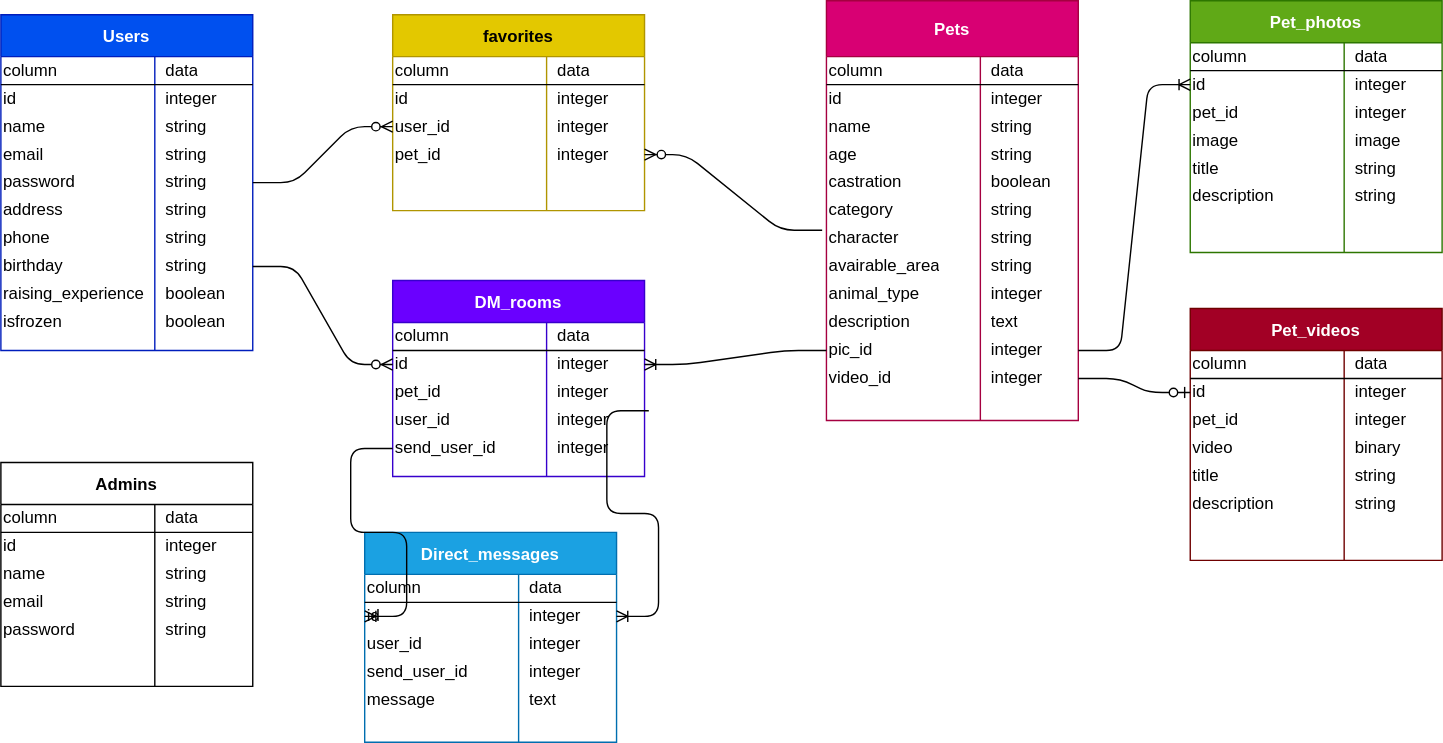
The draw.io diagram rubyemon.drawio.svg in yosnak13/rubyemon_entity_relationship_diagram, before a commit. Source tidied: cells renumbered, new cells last; positions are measured from the earlier drawing's top-left corner, leaving out a move shared by most shapes.
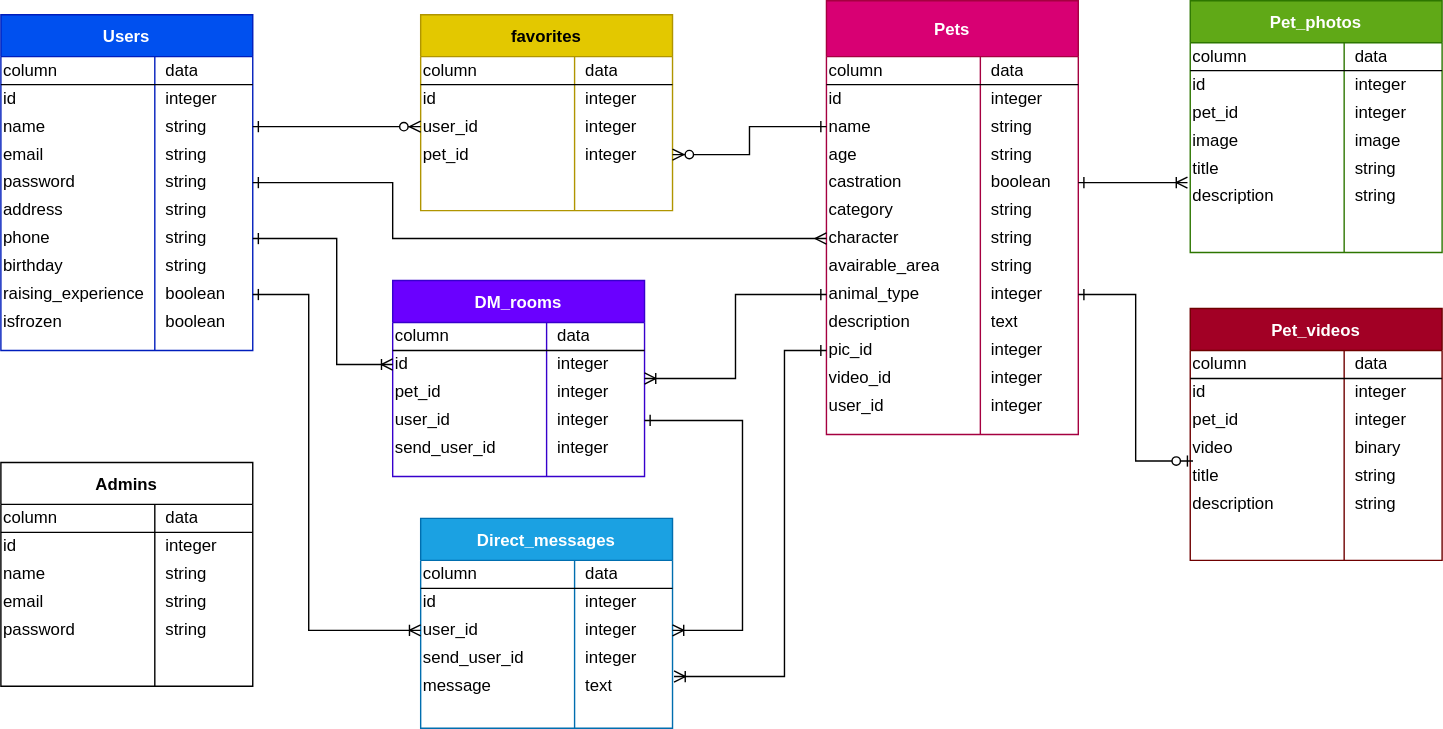
The same diagram one commit later.

Commit message:
リレーション記号の最適化

Change to the diagram source:
```diff
@@ -96,7 +96,7 @@
       <mxGeometry x="110" width="70" height="20" as="geometry" />
     </mxCell>
     <mxCell id="33" value="Pets" style="shape=table;startSize=40;rowLines=0;fontStyle=1;align=center;labelBorderColor=none;labelBackgroundColor=none;fillColor=#d80073;strokeColor=#A50040;fontColor=#ffffff;shadow=0;" parent="1" vertex="1">
-      <mxGeometry x="590" width="180" height="300" as="geometry" />
+      <mxGeometry x="590" width="180" height="310" as="geometry" />
     </mxCell>
     <mxCell id="34" style="shape=partialRectangle;html=1;whiteSpace=wrap;fillColor=none;top=0;left=0;bottom=1;right=0;" parent="33" vertex="1">
       <mxGeometry y="40" width="180" height="20" as="geometry" />
@@ -206,8 +206,17 @@
     <mxCell id="69" value="integer" style="shape=partialRectangle;html=1;whiteSpace=wrap;fillColor=none;top=0;left=0;bottom=0;right=0;align=left;spacingLeft=6;overflow=hidden;" parent="67" vertex="1">
       <mxGeometry x="110" width="70" height="20" as="geometry" />
     </mxCell>
+    <mxCell id="180" style="shape=partialRectangle;html=1;whiteSpace=wrap;fillColor=none;top=0;left=0;bottom=0;right=0;" parent="33" vertex="1">
+      <mxGeometry y="280" width="180" height="20" as="geometry" />
+    </mxCell>
+    <mxCell id="181" value="user_id" style="shape=partialRectangle;html=1;whiteSpace=wrap;fillColor=none;top=0;left=0;bottom=0;right=0;overflow=hidden;align=left;" parent="180" vertex="1">
+      <mxGeometry width="110" height="20" as="geometry" />
+    </mxCell>
+    <mxCell id="182" value="integer" style="shape=partialRectangle;html=1;whiteSpace=wrap;fillColor=none;top=0;left=0;bottom=0;right=0;align=left;spacingLeft=6;overflow=hidden;" parent="180" vertex="1">
+      <mxGeometry x="110" width="70" height="20" as="geometry" />
+    </mxCell>
     <mxCell id="70" value="favorites" style="shape=table;startSize=30;rowLines=0;fontStyle=1;align=center;labelBorderColor=none;labelBackgroundColor=none;fillColor=#e3c800;strokeColor=#B09500;fontColor=#000000;" parent="1" vertex="1">
-      <mxGeometry x="280" y="10" width="180" height="140" as="geometry" />
+      <mxGeometry x="300" y="10" width="180" height="140" as="geometry" />
     </mxCell>
     <mxCell id="71" style="shape=partialRectangle;html=1;whiteSpace=wrap;fillColor=none;top=0;left=0;bottom=1;right=0;" parent="70" vertex="1">
       <mxGeometry y="30" width="180" height="20" as="geometry" />
@@ -245,12 +254,6 @@
     <mxCell id="82" value="integer" style="shape=partialRectangle;html=1;whiteSpace=wrap;fillColor=none;top=0;left=0;bottom=0;right=0;align=left;spacingLeft=6;overflow=hidden;" parent="80" vertex="1">
       <mxGeometry x="110" width="70" height="20" as="geometry" />
     </mxCell>
-    <mxCell id="83" style="edgeStyle=entityRelationEdgeStyle;fontSize=12;html=1;endArrow=ERzeroToMany;endFill=1;entryX=0;entryY=0.5;entryDx=0;entryDy=0;" parent="1" edge="1" source="15" target="77">
-      <mxGeometry relative="1" as="geometry" />
-    </mxCell>
-    <mxCell id="84" style="edgeStyle=entityRelationEdgeStyle;fontSize=12;html=1;endArrow=ERzeroToMany;endFill=1;entryX=1;entryY=0.5;entryDx=0;entryDy=0;exitX=-0.017;exitY=0.2;exitDx=0;exitDy=0;exitPerimeter=0;" parent="1" edge="1" source="52" target="80">
-      <mxGeometry relative="1" as="geometry" />
-    </mxCell>
     <mxCell id="85" value="Pet_photos" style="shape=table;startSize=30;rowLines=0;fontStyle=1;align=center;labelBorderColor=none;labelBackgroundColor=none;fillColor=#60a917;strokeColor=#2D7600;fontColor=#ffffff;" parent="1" vertex="1">
       <mxGeometry x="850" width="180" height="180" as="geometry" />
     </mxCell>
@@ -308,9 +311,6 @@
     <mxCell id="103" value="string" style="shape=partialRectangle;html=1;whiteSpace=wrap;fillColor=none;top=0;left=0;bottom=0;right=0;align=left;spacingLeft=6;overflow=hidden;" parent="101" vertex="1">
       <mxGeometry x="110" width="70" height="20" as="geometry" />
     </mxCell>
-    <mxCell id="104" style="edgeStyle=entityRelationEdgeStyle;fontSize=12;html=1;endArrow=ERoneToMany;entryX=0;entryY=0.5;entryDx=0;entryDy=0;" parent="1" edge="1" source="64" target="89">
-      <mxGeometry relative="1" as="geometry" />
-    </mxCell>
     <mxCell id="105" value="Pet_videos" style="shape=table;startSize=30;rowLines=0;fontStyle=1;align=center;labelBorderColor=none;labelBackgroundColor=none;fillColor=#a20025;strokeColor=#6F0000;fontColor=#ffffff;" parent="1" vertex="1">
       <mxGeometry x="850" y="220" width="180" height="180" as="geometry" />
     </mxCell>
@@ -368,11 +368,8 @@
     <mxCell id="123" value="string" style="shape=partialRectangle;html=1;whiteSpace=wrap;fillColor=none;top=0;left=0;bottom=0;right=0;align=left;spacingLeft=6;overflow=hidden;" parent="121" vertex="1">
       <mxGeometry x="110" width="70" height="20" as="geometry" />
     </mxCell>
-    <mxCell id="124" style="edgeStyle=entityRelationEdgeStyle;fontSize=12;html=1;endArrow=ERzeroToOne;endFill=1;entryX=0;entryY=0.5;entryDx=0;entryDy=0;" parent="1" edge="1" source="67" target="109">
-      <mxGeometry relative="1" as="geometry" />
-    </mxCell>
     <mxCell id="125" value="Direct_messages" style="shape=table;startSize=30;rowLines=0;fontStyle=1;align=center;labelBorderColor=none;labelBackgroundColor=none;fillColor=#1ba1e2;strokeColor=#006EAF;fontColor=#ffffff;" parent="1" vertex="1">
-      <mxGeometry x="260" y="380" width="180" height="150" as="geometry" />
+      <mxGeometry x="300" y="370" width="180" height="150" as="geometry" />
     </mxCell>
     <mxCell id="126" style="shape=partialRectangle;html=1;whiteSpace=wrap;fillColor=none;top=0;left=0;bottom=1;right=0;" parent="125" vertex="1">
       <mxGeometry y="30" width="180" height="20" as="geometry" />
@@ -476,18 +473,6 @@
     <mxCell id="159" value="integer" style="shape=partialRectangle;html=1;whiteSpace=wrap;fillColor=none;top=0;left=0;bottom=0;right=0;align=left;spacingLeft=6;overflow=hidden;" parent="157" vertex="1">
       <mxGeometry x="110" width="70" height="20" as="geometry" />
     </mxCell>
-    <mxCell id="160" style="edgeStyle=entityRelationEdgeStyle;fontSize=12;html=1;endArrow=ERzeroToMany;endFill=1;entryX=0;entryY=0.5;entryDx=0;entryDy=0;entryPerimeter=0;exitX=1;exitY=0.5;exitDx=0;exitDy=0;" parent="1" edge="1" source="24" target="148">
-      <mxGeometry relative="1" as="geometry" />
-    </mxCell>
-    <mxCell id="161" style="edgeStyle=entityRelationEdgeStyle;fontSize=12;html=1;endArrow=ERoneToMany;" parent="1" edge="1" source="64" target="148">
-      <mxGeometry relative="1" as="geometry" />
-    </mxCell>
-    <mxCell id="162" style="edgeStyle=entityRelationEdgeStyle;fontSize=12;html=1;endArrow=ERoneToMany;exitX=1.017;exitY=0.15;exitDx=0;exitDy=0;exitPerimeter=0;" parent="1" edge="1" source="154" target="129">
-      <mxGeometry relative="1" as="geometry" />
-    </mxCell>
-    <mxCell id="163" style="edgeStyle=entityRelationEdgeStyle;fontSize=12;html=1;endArrow=ERoneToMany;exitX=0;exitY=0.5;exitDx=0;exitDy=0;entryX=0;entryY=0.5;entryDx=0;entryDy=0;" parent="1" edge="1" source="157" target="129">
-      <mxGeometry relative="1" as="geometry" />
-    </mxCell>
     <mxCell id="164" value="Admins" style="shape=table;startSize=30;rowLines=0;fontStyle=1;align=center;labelBorderColor=none;labelBackgroundColor=none;" parent="1" vertex="1">
       <mxGeometry y="330" width="180" height="160" as="geometry" />
     </mxCell>
@@ -536,5 +521,55 @@
     <mxCell id="179" value="string" style="shape=partialRectangle;html=1;whiteSpace=wrap;fillColor=none;top=0;left=0;bottom=0;right=0;align=left;spacingLeft=6;overflow=hidden;" parent="177" vertex="1">
       <mxGeometry x="110" width="70" height="20" as="geometry" />
     </mxCell>
+    <mxCell id="183" style="edgeStyle=elbowEdgeStyle;jettySize=auto;html=1;endArrow=ERzeroToMany;endFill=1;startArrow=ERone;startFill=0;rounded=0;entryX=0;entryY=0.5;entryDx=0;entryDy=0;" parent="1" edge="1" source="9" target="77">
+      <mxGeometry relative="1" as="geometry" />
+    </mxCell>
+    <mxCell id="184" style="edgeStyle=elbowEdgeStyle;rounded=0;jettySize=auto;html=1;entryX=1;entryY=0.5;entryDx=0;entryDy=0;startArrow=ERone;startFill=0;endArrow=ERzeroToMany;endFill=1;" parent="1" edge="1" source="40" target="80">
+      <mxGeometry relative="1" as="geometry" />
+    </mxCell>
+    <mxCell id="185" style="edgeStyle=elbowEdgeStyle;rounded=0;jettySize=auto;html=1;entryX=0;entryY=0.5;entryDx=0;entryDy=0;startArrow=ERone;startFill=0;endArrow=ERmany;endFill=0;" parent="1" edge="1" source="15" target="52">
+      <mxGeometry relative="1" as="geometry">
+        <Array as="points">
+          <mxPoint x="280" y="150" />
+        </Array>
+      </mxGeometry>
+    </mxCell>
+    <mxCell id="186" style="edgeStyle=elbowEdgeStyle;rounded=0;jettySize=auto;html=1;startArrow=ERone;startFill=0;endArrow=ERoneToMany;endFill=0;" parent="1" edge="1" source="21" target="148">
+      <mxGeometry relative="1" as="geometry">
+        <Array as="points">
+          <mxPoint x="240" y="210" />
+        </Array>
+      </mxGeometry>
+    </mxCell>
+    <mxCell id="187" style="edgeStyle=elbowEdgeStyle;rounded=0;jettySize=auto;html=1;exitX=0;exitY=0.5;exitDx=0;exitDy=0;entryX=1;entryY=0;entryDx=0;entryDy=0;entryPerimeter=0;startArrow=ERone;startFill=0;endArrow=ERoneToMany;endFill=0;" parent="1" edge="1" source="58" target="151">
+      <mxGeometry relative="1" as="geometry" />
+    </mxCell>
+    <mxCell id="188" style="edgeStyle=elbowEdgeStyle;rounded=0;jettySize=auto;html=1;entryX=1;entryY=0.5;entryDx=0;entryDy=0;startArrow=ERone;startFill=0;endArrow=ERoneToMany;endFill=0;" parent="1" edge="1" source="154" target="132">
+      <mxGeometry relative="1" as="geometry">
+        <Array as="points">
+          <mxPoint x="530" y="380" />
+        </Array>
+      </mxGeometry>
+    </mxCell>
+    <mxCell id="189" style="edgeStyle=elbowEdgeStyle;rounded=0;jettySize=auto;html=1;entryX=0;entryY=0.5;entryDx=0;entryDy=0;startArrow=ERone;startFill=0;endArrow=ERoneToMany;endFill=0;" parent="1" edge="1" source="27" target="132">
+      <mxGeometry relative="1" as="geometry">
+        <Array as="points">
+          <mxPoint x="220" y="330" />
+        </Array>
+      </mxGeometry>
+    </mxCell>
+    <mxCell id="190" style="edgeStyle=elbowEdgeStyle;rounded=0;jettySize=auto;html=1;entryX=1.006;entryY=0.15;entryDx=0;entryDy=0;entryPerimeter=0;startArrow=ERone;startFill=0;endArrow=ERoneToMany;endFill=0;" parent="1" edge="1" source="64" target="138">
+      <mxGeometry relative="1" as="geometry">
+        <Array as="points">
+          <mxPoint x="560" y="370" />
+        </Array>
+      </mxGeometry>
+    </mxCell>
+    <mxCell id="191" style="edgeStyle=elbowEdgeStyle;rounded=0;jettySize=auto;html=1;exitX=1;exitY=0.5;exitDx=0;exitDy=0;entryX=-0.011;entryY=0;entryDx=0;entryDy=0;entryPerimeter=0;startArrow=ERone;startFill=0;endArrow=ERoneToMany;endFill=0;" parent="1" edge="1" source="46" target="101">
+      <mxGeometry relative="1" as="geometry" />
+    </mxCell>
+    <mxCell id="192" style="edgeStyle=elbowEdgeStyle;rounded=0;jettySize=auto;html=1;entryX=0.011;entryY=0.95;entryDx=0;entryDy=0;entryPerimeter=0;startArrow=ERone;startFill=0;endArrow=ERzeroToOne;endFill=1;" parent="1" edge="1" source="58" target="115">
+      <mxGeometry relative="1" as="geometry" />
+    </mxCell>
   </root>
 </mxGraphModel>
```
